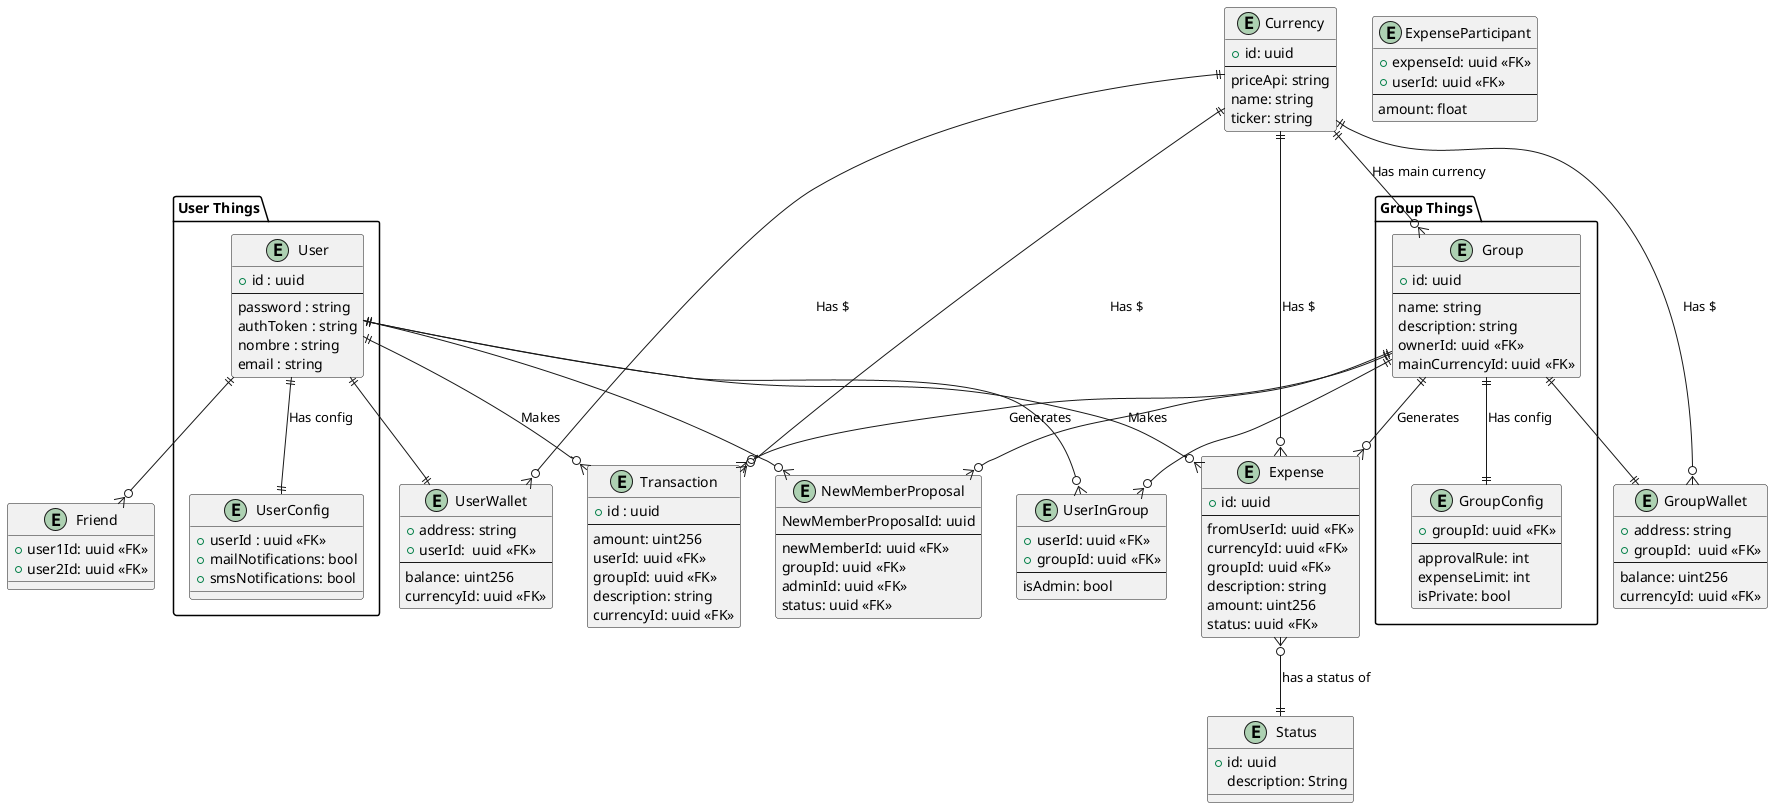
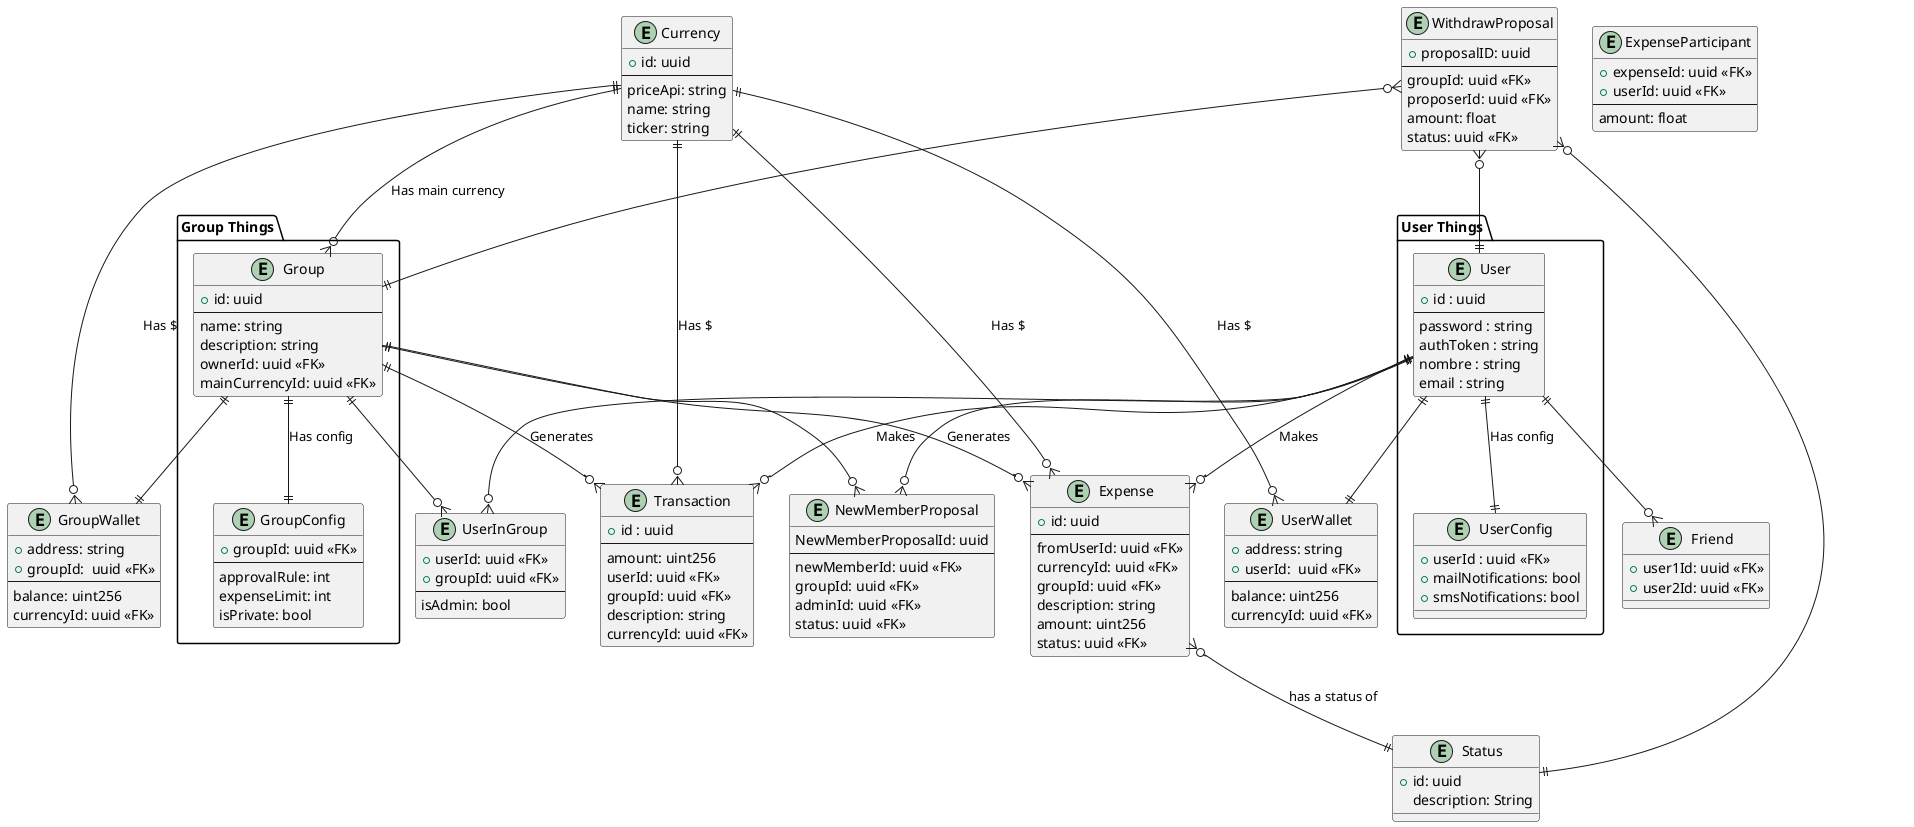
@startuml entity-relationship


package "User Things" {
    entity "User" {
      +id : uuid
      --
      password : string
      authToken : string
      nombre : string
      email : string
    }

    entity "UserConfig" {
        +userId : uuid <<FK>>
        +mailNotifications: bool
        +smsNotifications: bool
    }
}

package "Group Things"{
    entity "Group" {
    +id: uuid
    ---
    name: string
    description: string
    ownerId: uuid <<FK>>
    mainCurrencyId: uuid <<FK>>
    }
    entity "GroupConfig"{
        +groupId: uuid <<FK>>
        ---
        approvalRule: int
        expenseLimit: int
        isPrivate: bool
    }
}

entity "Friend"{
    +user1Id: uuid <<FK>>
    +user2Id: uuid <<FK>>
}
'chequeos de que el que invita sea admin del grupo'
'que el nuevo miembro no sea parte del grupo'
entity "NewMemberProposal"{
    NewMemberProposalId: uuid
    ---
    newMemberId: uuid <<FK>>
    groupId: uuid <<FK>>
    adminId: uuid <<FK>>
    status: uuid <<FK>>
}

entity "UserWallet"{
    +address: string
    +userId:  uuid <<FK>>
    ---
    balance: uint256
    currencyId: uuid <<FK>>
}
entity "GroupWallet"{
    +address: string
    +groupId:  uuid <<FK>>
    ---
    balance: uint256
    currencyId: uuid <<FK>>
}



entity "Transaction" {
    +id : uuid
    ---
    amount: uint256
' If negative -> withdraw, else -> deposit
    userId: uuid <<FK>>
    groupId: uuid <<FK>>
    description: string
    currencyId: uuid <<FK>>
}

entity "Currency" {
    +id: uuid
    ---
    priceApi: string
    name: string
    ticker: string
}
entity "UserInGroup"{
    +userId: uuid <<FK>>
    +groupId: uuid <<FK>>
    ---
    isAdmin: bool
}

entity "Expense" {
    +id: uuid
    ---
    fromUserId: uuid <<FK>>
    currencyId: uuid <<FK>>
    groupId: uuid <<FK>>
    description: string
    amount: uint256
    status: uuid <<FK>>
}
entity "ExpenseParticipant"{
    +expenseId: uuid <<FK>>
    +userId: uuid <<FK>>
    --
    amount: float
}

+ entity "WithdrawProposal"{
+     +proposalID: uuid
+     ---
+     groupId: uuid <<FK>>
+     proposerId: uuid <<FK>>
+     amount: float
+     status: uuid <<FK>>
+ }
+ 
entity "Status"{
    'Podrían ser PENDING, APPROVED, REJECTED'
    +id: uuid
    description: String
}


User ||--|| UserConfig : Has config
User ||--o{ Expense : Makes

User ||--o{ UserInGroup
Group ||--o{ UserInGroup


Currency ||--o{ Expense: Has $
Group ||--o{ Expense : Generates
Currency ||--o{ Group : Has main currency

Currency ||--o{ UserWallet: Has $
Currency ||--o{ GroupWallet: Has $
User ||--|| UserWallet
Group ||--|| GroupWallet

Currency ||--o{ Transaction: Has $
Group ||--o{ Transaction : Generates
User ||--o{ Transaction : Makes

User ||--o{ Friend
Group ||--|| GroupConfig: Has config

Expense }o--|| Status: has a status of

User ||--o{ NewMemberProposal
Group ||--o{ NewMemberProposal

+ WithdrawProposal }o--|| User
+ WithdrawProposal }o--|| Group
+ WithdrawProposal }o--|| Status
+ 
@enduml